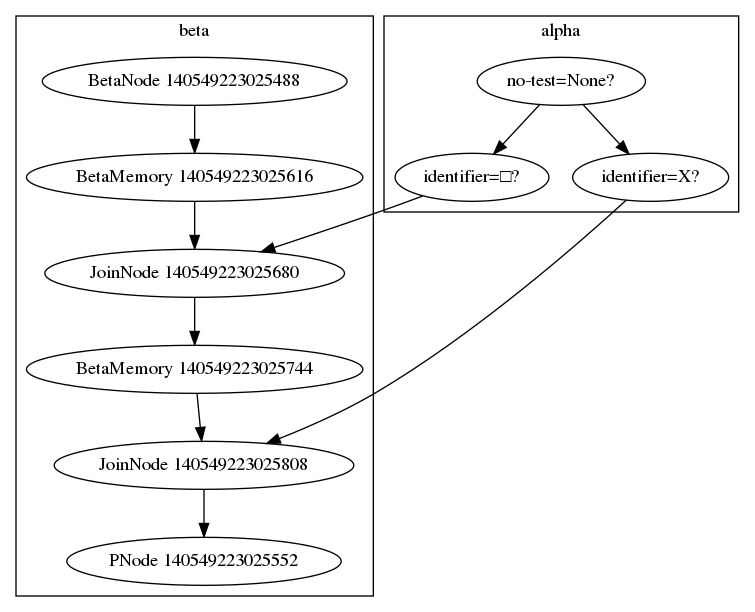
Cybernetic1/python keeps this Graphviz diagram as genifer6/rete.png. Above is the earlier version. Its source is kept beside it as genifer6/rete.dot.
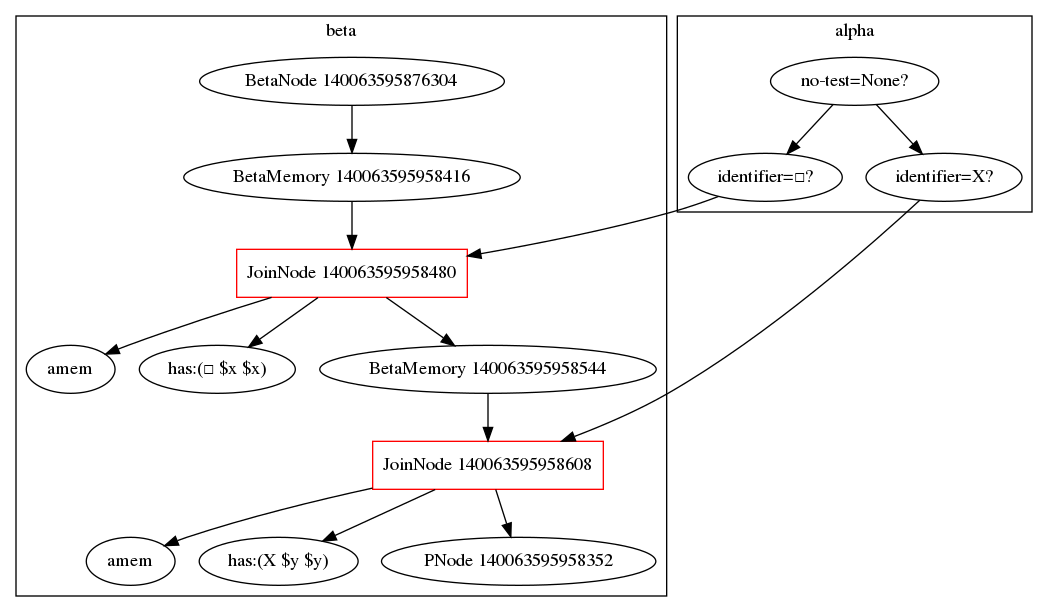
The same diagram one commit later.

Commit message:
DOT graph of rete

What changed in the source:
```diff
@@ -1,17 +1,25 @@
 digraph {
     subgraph cluster_1 {
     label = beta
-    "BetaNode 140549223025488" -> "BetaMemory 140549223025616";
-    "BetaMemory 140549223025616" -> "JoinNode 140549223025680";
-    "JoinNode 140549223025680" -> "BetaMemory 140549223025744";
-    "BetaMemory 140549223025744" -> "JoinNode 140549223025808";
-    "JoinNode 140549223025808" -> "PNode 140549223025552";
+    "BetaNode 140063595876304" -> "BetaMemory 140063595958416";
+    "BetaMemory 140063595958416" -> "JoinNode 140063595958480";
+    "JoinNode 140063595958480" -> "amem:<rete.alpha.AlphaMemory instance at 0x7f6318e0ac68>"
+    "amem:<rete.alpha.AlphaMemory instance at 0x7f6318e0ac68>" [label="amem"];
+    "JoinNode 140063595958480" [shape=box, color=red];
+    "JoinNode 140063595958480" -> "has:(□ $x $x)"
+    "JoinNode 140063595958480" -> "BetaMemory 140063595958544";
+    "BetaMemory 140063595958544" -> "JoinNode 140063595958608";
+    "JoinNode 140063595958608" -> "amem:<rete.alpha.AlphaMemory instance at 0x7f6318e0acf8>"
+    "amem:<rete.alpha.AlphaMemory instance at 0x7f6318e0acf8>" [label="amem"];
+    "JoinNode 140063595958608" [shape=box, color=red];
+    "JoinNode 140063595958608" -> "has:(X $y $y)"
+    "JoinNode 140063595958608" -> "PNode 140063595958352";
     }
     subgraph cluster_0 {
     label = alpha
     "no-test=None?" -> "identifier=□?";
     "no-test=None?" -> "identifier=X?";
     }
-    "identifier=□?" -> "JoinNode 140549223025680";
-    "identifier=X?" -> "JoinNode 140549223025808";
+    "identifier=□?" -> "JoinNode 140063595958480";
+    "identifier=X?" -> "JoinNode 140063595958608";
 }
```
